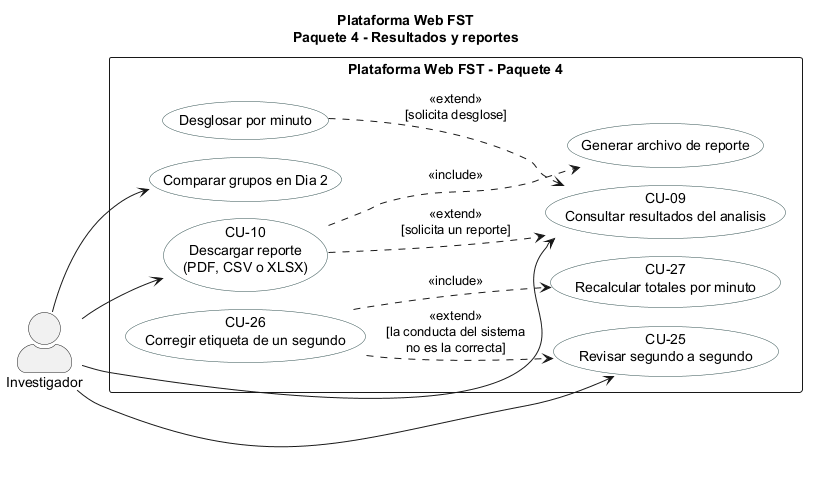
Above: figures/mermaid/cu_paquete4.png in ErickJester/fst-ai-system-latex (PlantUML), before the change.
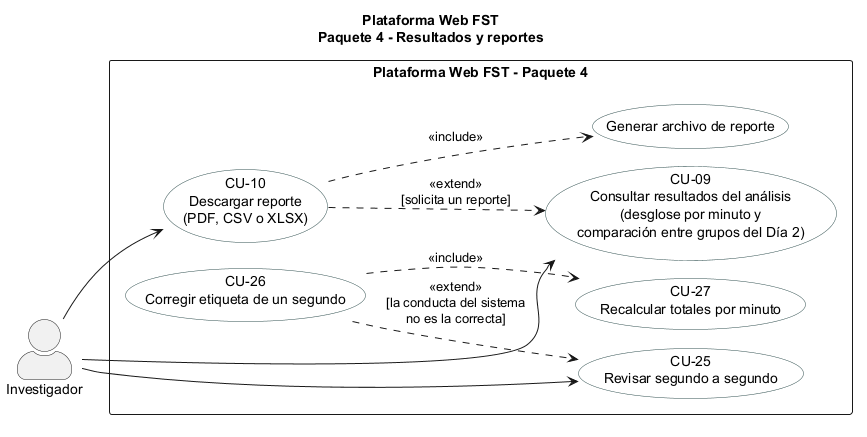
Later version of the same file.

Change to the diagram source:
```diff
@@ -10,9 +10,7 @@
 }
 actor "Investigador" as INV
 rectangle "Plataforma Web FST - Paquete 4" {
-  usecase "CU-09\nConsultar resultados del analisis" as CU09
-  usecase "Desglosar por minuto" as UC42
-  usecase "Comparar grupos en Dia 2" as UC43
+  usecase "CU-09\nConsultar resultados del análisis\n(desglose por minuto y\ncomparación entre grupos del Día 2)" as CU09
   usecase "CU-10\nDescargar reporte\n(PDF, CSV o XLSX)" as CU10
   usecase "Generar archivo de reporte" as UC46
   usecase "CU-25\nRevisar segundo a segundo" as CU25
@@ -20,10 +18,8 @@
   usecase "CU-27\nRecalcular totales por minuto" as CU27
 }
 INV --> CU09
-INV --> UC43
 INV --> CU10
 INV --> CU25
-UC42 ..> CU09 : <<extend>>\n[solicita desglose]
 CU10 ..> CU09 : <<extend>>\n[solicita un reporte]
 CU10 ..> UC46 : <<include>>
 CU26 ..> CU25 : <<extend>>\n[la conducta del sistema\nno es la correcta]
```
